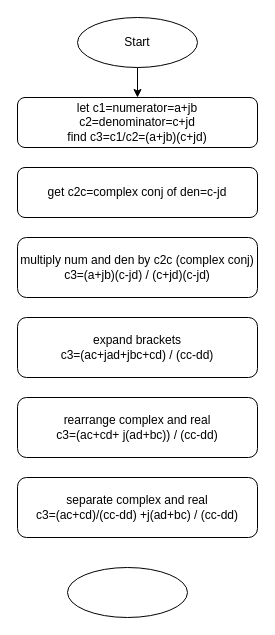
Before: schema/complexdiv.drawio in deeperj/rust, a draw.io diagram. Source tidied: cells renumbered, new cells numbered last; positions are measured from the earlier drawing's top-left corner, leaving out a move shared by most shapes. Both pictures are drawn from the tidied source at 100%, with x=0, y=0 at pixel (17, 17).
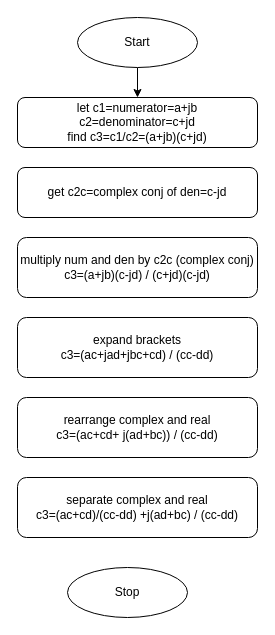
After the change.

Diff of the diagram source:
```diff
@@
 <mxGraphModel>
   <root>
     <mxCell id="0" />
     <mxCell id="1" parent="0" />
     <mxCell id="2" value="let c1=numerator=a+jb&lt;br&gt;c2=denominator=c+jd&lt;br&gt;find c3=c1/c2=(a+jb)(c+jd)" style="rounded=1;whiteSpace=wrap;html=1;" parent="1" vertex="1">
       <mxGeometry y="80" width="240" height="50" as="geometry" />
     </mxCell>
     <mxCell id="3" style="edgeStyle=orthogonalEdgeStyle;rounded=0;jettySize=auto;html=1;exitX=0.5;exitY=1;exitDx=0;exitDy=0;entryX=0.5;entryY=0;entryDx=0;entryDy=0;" parent="1" edge="1" source="4" target="2">
       <mxGeometry relative="1" as="geometry" />
     </mxCell>
     <mxCell id="4" value="Start" style="ellipse;whiteSpace=wrap;html=1;" parent="1" vertex="1">
       <mxGeometry x="60" width="120" height="50" as="geometry" />
     </mxCell>
     <mxCell id="5" value="get c2c=complex conj of den=c-jd" style="rounded=1;whiteSpace=wrap;html=1;" parent="1" vertex="1">
       <mxGeometry y="150" width="240" height="50" as="geometry" />
     </mxCell>
     <mxCell id="6" value="multiply num and den by c2c (complex conj)&lt;br&gt;c3=(a+jb)(c-jd) / (c+jd)(c-jd)&lt;br&gt;" style="rounded=1;whiteSpace=wrap;html=1;" parent="1" vertex="1">
       <mxGeometry y="220" width="240" height="60" as="geometry" />
     </mxCell>
     <mxCell id="7" value="expand brackets&lt;br&gt;c3=(ac+jad+jbc+cd) / (cc-dd)" style="rounded=1;whiteSpace=wrap;html=1;" parent="1" vertex="1">
       <mxGeometry y="300" width="240" height="60" as="geometry" />
     </mxCell>
     <mxCell id="8" value="rearrange complex and real&lt;br&gt;c3=(ac+cd+ j(ad+bc)) / (cc-dd)" style="rounded=1;whiteSpace=wrap;html=1;" parent="1" vertex="1">
       <mxGeometry y="380" width="240" height="60" as="geometry" />
     </mxCell>
     <mxCell id="9" value="separate complex and real&lt;br&gt;c3=(ac+cd)/(cc-dd) +j(ad+bc) / (cc-dd)" style="rounded=1;whiteSpace=wrap;html=1;" parent="1" vertex="1">
       <mxGeometry y="460" width="240" height="60" as="geometry" />
     </mxCell>
-    <mxCell id="10" style="ellipse;whiteSpace=wrap;html=1;" parent="1" vertex="1">
+    <mxCell id="10" value="Stop" style="ellipse;whiteSpace=wrap;html=1;" parent="1" vertex="1">
       <mxGeometry x="50" y="550" width="120" height="50" as="geometry" />
     </mxCell>
   </root>
 </mxGraphModel>
```
